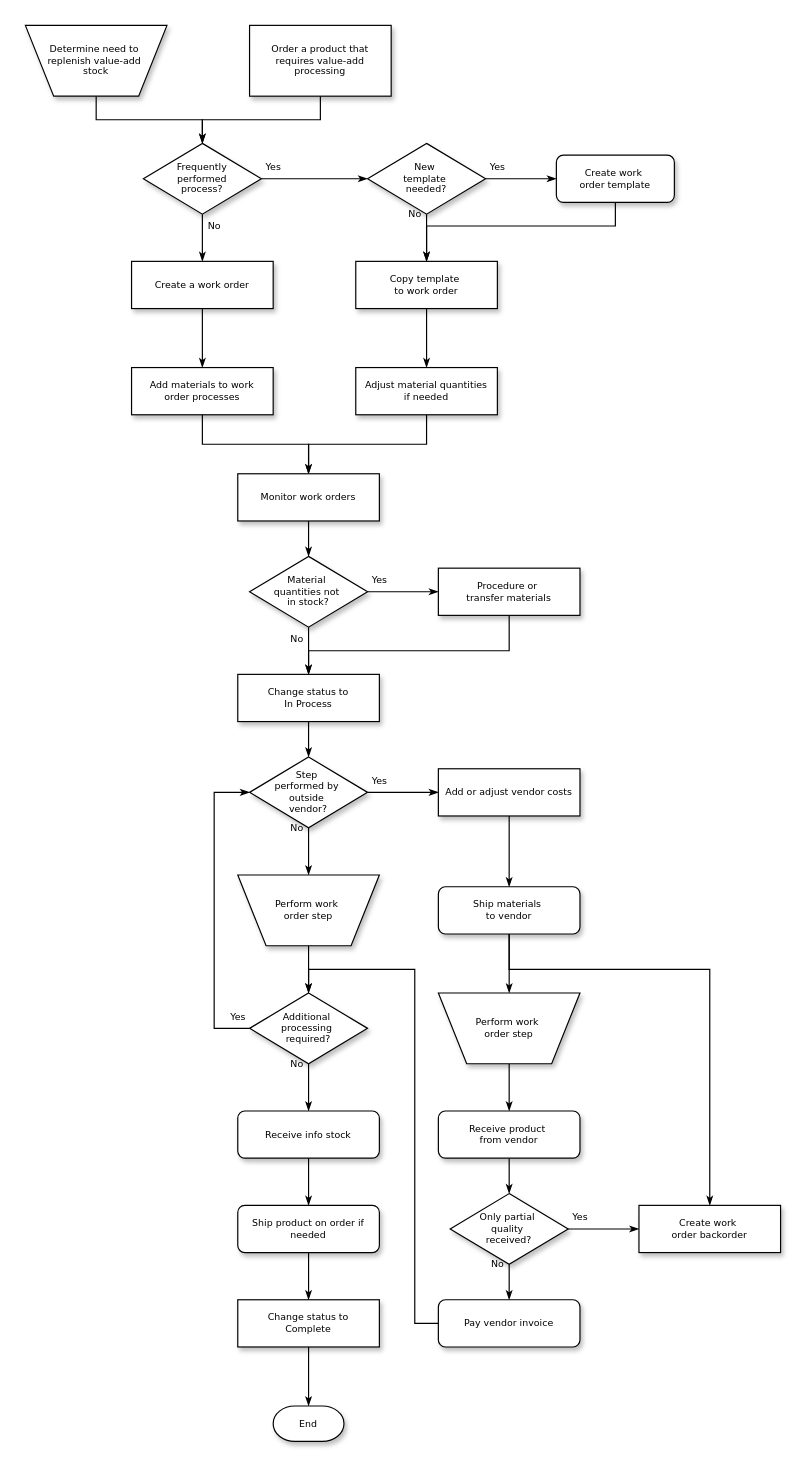
Before: Untitled Diagram.drawio in jory18/jory18.github.io, a draw.io diagram. Source tidied: cells renumbered, new cells numbered last; positions are measured from the earlier drawing's top-left corner, leaving out a move shared by most shapes. Both pictures are drawn from the tidied source at 118%, with x=0, y=0 at pixel (25, 25).
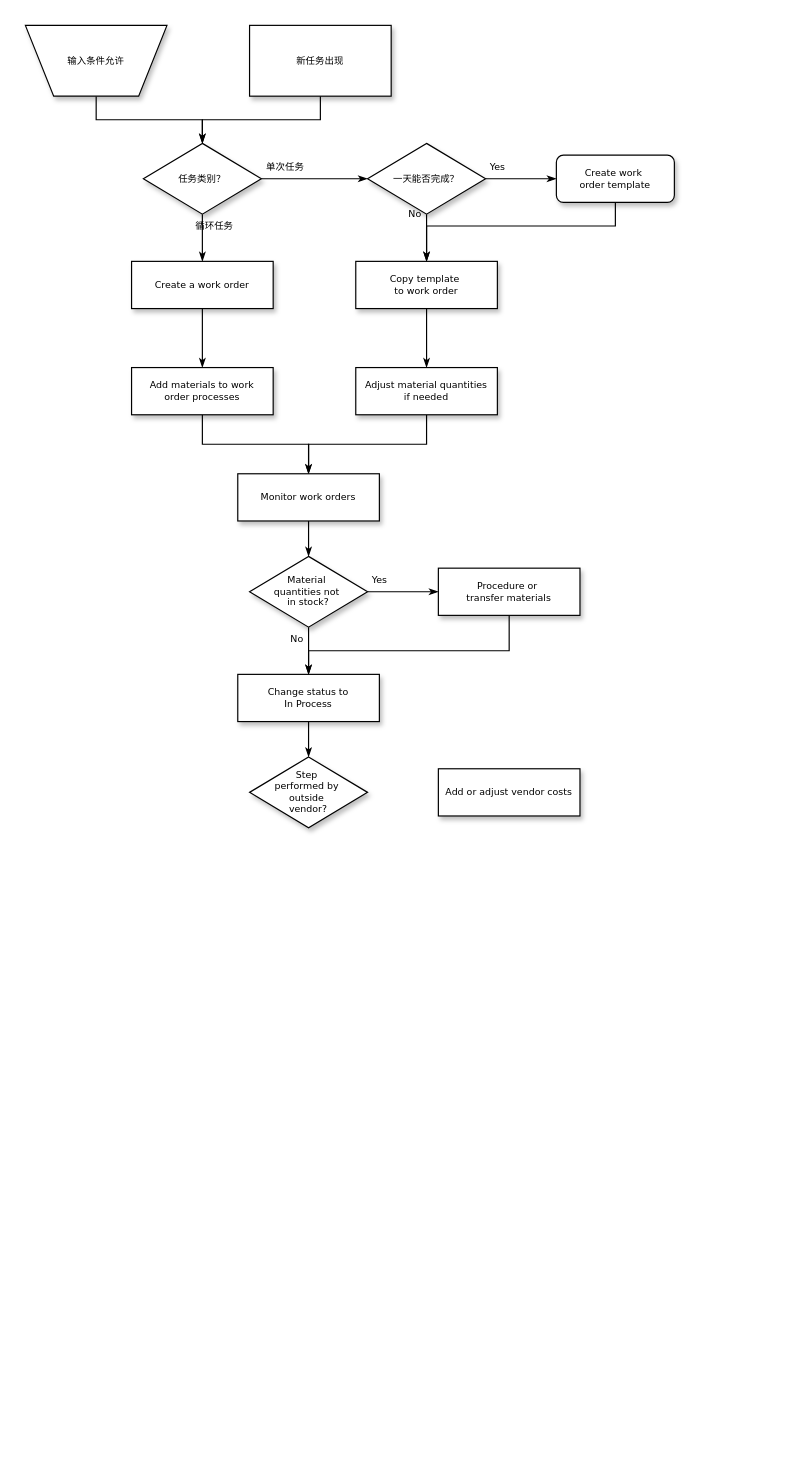
The same page after the edit.

The change refers to these unchanged cells:
```xml
<mxCell id="15" value="Create a work order" style="whiteSpace=wrap;html=1;rounded=0;shadow=1;labelBackgroundColor=none;strokeColor=#000000;strokeWidth=1;fillColor=#ffffff;fontFamily=Verdana;fontSize=8;fontColor=#000000;align=center;" parent="1" vertex="1">
  <mxGeometry x="90" y="200" width="120" height="40" as="geometry" />
</mxCell>
<mxCell id="33" value="Step&amp;nbsp;&lt;div&gt;performed by&amp;nbsp;&lt;/div&gt;&lt;div&gt;outside&amp;nbsp;&lt;/div&gt;&lt;div&gt;vendor?&lt;/div&gt;" style="rhombus;whiteSpace=wrap;html=1;rounded=0;shadow=1;labelBackgroundColor=none;strokeColor=#000000;strokeWidth=1;fillColor=#ffffff;fontFamily=Verdana;fontSize=8;fontColor=#000000;align=center;" parent="1" vertex="1">
  <mxGeometry x="190" y="620" width="100" height="60" as="geometry" />
</mxCell>
<mxCell id="35" value="Add or adjust vendor costs" style="whiteSpace=wrap;html=1;rounded=0;shadow=1;labelBackgroundColor=none;strokeColor=#000000;strokeWidth=1;fillColor=#ffffff;fontFamily=Verdana;fontSize=8;fontColor=#000000;align=center;" parent="1" vertex="1">
  <mxGeometry x="350" y="630" width="120" height="40" as="geometry" />
</mxCell>
```

The edit, as a diff of the source:
```diff
@@
-    <mxCell id="3" value="Determine need to&amp;nbsp;&lt;div&gt;replenish value-add&amp;nbsp;&lt;/div&gt;&lt;div&gt;stock&lt;/div&gt;" style="shape=trapezoid;whiteSpace=wrap;html=1;rounded=0;shadow=1;labelBackgroundColor=none;strokeColor=#000000;strokeWidth=1;fillColor=#ffffff;fontFamily=Verdana;fontSize=8;fontColor=#000000;align=center;flipV=1;" parent="1" vertex="1">
+    <mxCell id="3" value="输入条件允许" style="shape=trapezoid;whiteSpace=wrap;html=1;rounded=0;shadow=1;labelBackgroundColor=none;strokeColor=#000000;strokeWidth=1;fillColor=#ffffff;fontFamily=Verdana;fontSize=8;fontColor=#000000;align=center;flipV=1;" parent="1" vertex="1">
       <mxGeometry width="120" height="60" as="geometry" />
     </mxCell>
@@
-    <mxCell id="5" value="Order a product that&lt;div&gt;requires value-add processing&lt;/div&gt;" style="rounded=0;whiteSpace=wrap;html=1;shadow=1;labelBackgroundColor=none;strokeColor=#000000;strokeWidth=1;fillColor=#ffffff;fontFamily=Verdana;fontSize=8;fontColor=#000000;align=center;" parent="1" vertex="1">
+    <mxCell id="5" value="新任务出现" style="rounded=0;whiteSpace=wrap;html=1;shadow=1;labelBackgroundColor=none;strokeColor=#000000;strokeWidth=1;fillColor=#ffffff;fontFamily=Verdana;fontSize=8;fontColor=#000000;align=center;" parent="1" vertex="1">
       <mxGeometry x="190" width="120" height="60" as="geometry" />
     </mxCell>
-    <mxCell id="6" value="Yes" style="edgeStyle=orthogonalEdgeStyle;rounded=0;html=1;labelBackgroundColor=none;startSize=5;endArrow=classicThin;endFill=1;endSize=5;jettySize=auto;strokeColor=#000000;strokeWidth=1;fontFamily=Verdana;fontSize=8;fontColor=#000000;" parent="1" edge="1" source="8" target="11">
-      <mxGeometry x="-0.78" y="10" relative="1" as="geometry" />
+    <mxCell id="6" value="单次任务" style="edgeStyle=orthogonalEdgeStyle;rounded=0;html=1;labelBackgroundColor=none;startSize=5;endArrow=classicThin;endFill=1;endSize=5;jettySize=auto;strokeColor=#000000;strokeWidth=1;fontFamily=Verdana;fontSize=8;fontColor=#000000;" parent="1" edge="1" source="8" target="11">
+      <mxGeometry x="-0.56" y="10" relative="1" as="geometry" />
     </mxCell>
-    <mxCell id="7" value="No" style="edgeStyle=orthogonalEdgeStyle;rounded=0;html=1;labelBackgroundColor=none;startSize=5;endArrow=classicThin;endFill=1;endSize=5;jettySize=auto;strokeColor=#000000;strokeWidth=1;fontFamily=Verdana;fontSize=8;fontColor=#000000;" parent="1" edge="1" source="8" target="15">
+    <mxCell id="7" value="循环任务" style="edgeStyle=orthogonalEdgeStyle;rounded=0;html=1;labelBackgroundColor=none;startSize=5;endArrow=classicThin;endFill=1;endSize=5;jettySize=auto;strokeColor=#000000;strokeWidth=1;fontFamily=Verdana;fontSize=8;fontColor=#000000;" parent="1" edge="1" source="8" target="15">
       <mxGeometry x="-0.5" y="10" relative="1" as="geometry" />
     </mxCell>
-    <mxCell id="8" value="Frequently&lt;div&gt;performed&lt;/div&gt;&lt;div&gt;process?&lt;/div&gt;" style="rhombus;whiteSpace=wrap;html=1;rounded=0;shadow=1;labelBackgroundColor=none;strokeColor=#000000;strokeWidth=1;fillColor=#ffffff;fontFamily=Verdana;fontSize=8;fontColor=#000000;align=center;" parent="1" vertex="1">
+    <mxCell id="8" value="任务类别？" style="rhombus;whiteSpace=wrap;html=1;rounded=0;shadow=1;labelBackgroundColor=none;strokeColor=#000000;strokeWidth=1;fillColor=#ffffff;fontFamily=Verdana;fontSize=8;fontColor=#000000;align=center;" parent="1" vertex="1">
       <mxGeometry x="100" y="100" width="100" height="60" as="geometry" />
     </mxCell>
@@
-    <mxCell id="11" value="New&amp;nbsp;&lt;div&gt;template&amp;nbsp;&lt;/div&gt;&lt;div&gt;needed?&lt;/div&gt;" style="rhombus;whiteSpace=wrap;html=1;rounded=0;shadow=1;labelBackgroundColor=none;strokeColor=#000000;strokeWidth=1;fillColor=#ffffff;fontFamily=Verdana;fontSize=8;fontColor=#000000;align=center;" parent="1" vertex="1">
+    <mxCell id="11" value="一天能否完成？" style="rhombus;whiteSpace=wrap;html=1;rounded=0;shadow=1;labelBackgroundColor=none;strokeColor=#000000;strokeWidth=1;fillColor=#ffffff;fontFamily=Verdana;fontSize=8;fontColor=#000000;align=center;" parent="1" vertex="1">
       <mxGeometry x="290" y="100" width="100" height="60" as="geometry" />
     </mxCell>
@@
-    <mxCell id="31" value="Yes" style="edgeStyle=orthogonalEdgeStyle;rounded=0;html=1;labelBackgroundColor=none;startSize=5;endArrow=classicThin;endFill=1;endSize=5;jettySize=auto;strokeColor=#000000;strokeWidth=1;fontFamily=Verdana;fontSize=8;fontColor=#000000;" parent="1" edge="1" source="33" target="35">
-      <mxGeometry x="-0.67" y="10" relative="1" as="geometry" />
-    </mxCell>
-    <mxCell id="32" value="No" style="edgeStyle=orthogonalEdgeStyle;rounded=0;html=1;labelBackgroundColor=none;startSize=5;endArrow=classicThin;endFill=1;endSize=5;jettySize=auto;strokeColor=#000000;strokeWidth=1;fontFamily=Verdana;fontSize=8;fontColor=#000000;" parent="1" edge="1" source="33" target="37">
-      <mxGeometry x="-1" y="-10" relative="1" as="geometry" />
-    </mxCell>
@@
-    <mxCell id="34" style="edgeStyle=orthogonalEdgeStyle;rounded=0;html=1;labelBackgroundColor=none;startSize=5;endArrow=classicThin;endFill=1;endSize=5;jettySize=auto;strokeColor=#000000;strokeWidth=1;fontFamily=Verdana;fontSize=8;fontColor=#000000;" parent="1" edge="1" source="35" target="40">
-      <mxGeometry relative="1" as="geometry" />
-    </mxCell>
@@
-    <mxCell id="36" style="edgeStyle=orthogonalEdgeStyle;rounded=0;html=1;labelBackgroundColor=none;startSize=5;endArrow=classicThin;endFill=1;endSize=5;jettySize=auto;strokeColor=#000000;strokeWidth=1;fontFamily=Verdana;fontSize=8;fontColor=#000000;" parent="1" edge="1" source="37" target="43">
-      <mxGeometry relative="1" as="geometry" />
-    </mxCell>
-    <mxCell id="37" value="Perform work&amp;nbsp;&lt;div&gt;order step&lt;/div&gt;" style="shape=trapezoid;whiteSpace=wrap;html=1;rounded=0;shadow=1;labelBackgroundColor=none;strokeColor=#000000;strokeWidth=1;fillColor=#ffffff;fontFamily=Verdana;fontSize=8;fontColor=#000000;align=center;flipV=1;" parent="1" vertex="1">
-      <mxGeometry x="180" y="720" width="120" height="60" as="geometry" />
-    </mxCell>
-    <mxCell id="38" style="edgeStyle=orthogonalEdgeStyle;rounded=0;html=1;labelBackgroundColor=none;startSize=5;endArrow=classicThin;endFill=1;endSize=5;jettySize=auto;strokeColor=#000000;strokeWidth=1;fontFamily=Verdana;fontSize=8;fontColor=#000000;" parent="1" edge="1" source="40" target="45">
-      <mxGeometry relative="1" as="geometry" />
-    </mxCell>
-    <mxCell id="39" style="edgeStyle=orthogonalEdgeStyle;rounded=0;html=1;labelBackgroundColor=none;startSize=5;endArrow=classicThin;endFill=1;endSize=5;jettySize=auto;strokeColor=#000000;strokeWidth=1;fontFamily=Verdana;fontSize=8;fontColor=#000000;" parent="1" edge="1" source="40" target="55">
-      <mxGeometry relative="1" as="geometry">
-        <Array as="points">
-          <mxPoint x="410" y="800" />
-          <mxPoint x="580" y="800" />
-        </Array>
-      </mxGeometry>
-    </mxCell>
-    <mxCell id="40" value="Ship materials&amp;nbsp;&lt;div&gt;to vendor&lt;/div&gt;" style="rounded=1;whiteSpace=wrap;html=1;shadow=1;labelBackgroundColor=none;strokeColor=#000000;strokeWidth=1;fillColor=#ffffff;fontFamily=Verdana;fontSize=8;fontColor=#000000;align=center;" parent="1" vertex="1">
-      <mxGeometry x="350" y="730" width="120" height="40" as="geometry" />
-    </mxCell>
-    <mxCell id="41" value="Yes" style="edgeStyle=orthogonalEdgeStyle;rounded=0;html=1;labelBackgroundColor=none;startSize=5;endArrow=classicThin;endFill=1;endSize=5;jettySize=auto;strokeColor=#000000;strokeWidth=1;fontFamily=Verdana;fontSize=8;fontColor=#000000;" parent="1" edge="1" source="43" target="33">
-      <mxGeometry x="-0.69" y="-20" relative="1" as="geometry">
-        <Array as="points">
-          <mxPoint x="160" y="850" />
-          <mxPoint x="160" y="650" />
-        </Array>
-      </mxGeometry>
-    </mxCell>
-    <mxCell id="42" value="No" style="edgeStyle=orthogonalEdgeStyle;rounded=0;html=1;labelBackgroundColor=none;startSize=5;endArrow=classicThin;endFill=1;endSize=5;jettySize=auto;strokeColor=#000000;strokeWidth=1;fontFamily=Verdana;fontSize=8;fontColor=#000000;" parent="1" edge="1" source="43" target="47">
-      <mxGeometry x="-1" y="-10" relative="1" as="geometry" />
-    </mxCell>
-    <mxCell id="43" value="Additional&amp;nbsp;&lt;div&gt;processing&amp;nbsp;&lt;/div&gt;&lt;div&gt;required?&lt;/div&gt;" style="rhombus;whiteSpace=wrap;html=1;rounded=0;shadow=1;labelBackgroundColor=none;strokeColor=#000000;strokeWidth=1;fillColor=#ffffff;fontFamily=Verdana;fontSize=8;fontColor=#000000;align=center;" parent="1" vertex="1">
-      <mxGeometry x="190" y="820" width="100" height="60" as="geometry" />
-    </mxCell>
-    <mxCell id="44" style="edgeStyle=orthogonalEdgeStyle;rounded=0;html=1;labelBackgroundColor=none;startSize=5;endArrow=classicThin;endFill=1;endSize=5;jettySize=auto;strokeColor=#000000;strokeWidth=1;fontFamily=Verdana;fontSize=8;fontColor=#000000;" parent="1" edge="1" source="45" target="49">
-      <mxGeometry relative="1" as="geometry" />
-    </mxCell>
-    <mxCell id="45" value="Perform work&amp;nbsp;&lt;div&gt;order step&lt;/div&gt;" style="shape=trapezoid;whiteSpace=wrap;html=1;rounded=0;shadow=1;labelBackgroundColor=none;strokeColor=#000000;strokeWidth=1;fillColor=#ffffff;fontFamily=Verdana;fontSize=8;fontColor=#000000;align=center;flipV=1;" parent="1" vertex="1">
-      <mxGeometry x="350" y="820" width="120" height="60" as="geometry" />
-    </mxCell>
-    <mxCell id="46" style="edgeStyle=orthogonalEdgeStyle;rounded=0;html=1;labelBackgroundColor=none;startSize=5;endArrow=classicThin;endFill=1;endSize=5;jettySize=auto;strokeColor=#000000;strokeWidth=1;fontFamily=Verdana;fontSize=8;fontColor=#000000;" parent="1" edge="1" source="47" target="51">
-      <mxGeometry relative="1" as="geometry" />
-    </mxCell>
-    <mxCell id="47" value="Receive info stock" style="rounded=1;whiteSpace=wrap;html=1;shadow=1;labelBackgroundColor=none;strokeColor=#000000;strokeWidth=1;fillColor=#ffffff;fontFamily=Verdana;fontSize=8;fontColor=#000000;align=center;" parent="1" vertex="1">
-      <mxGeometry x="180" y="920" width="120" height="40" as="geometry" />
-    </mxCell>
-    <mxCell id="48" style="edgeStyle=orthogonalEdgeStyle;rounded=0;html=1;labelBackgroundColor=none;startSize=5;endArrow=classicThin;endFill=1;endSize=5;jettySize=auto;strokeColor=#000000;strokeWidth=1;fontFamily=Verdana;fontSize=8;fontColor=#000000;" parent="1" edge="1" source="49" target="54">
-      <mxGeometry relative="1" as="geometry" />
-    </mxCell>
-    <mxCell id="49" value="Receive product&amp;nbsp;&lt;div&gt;from vendor&lt;/div&gt;" style="rounded=1;whiteSpace=wrap;html=1;shadow=1;labelBackgroundColor=none;strokeColor=#000000;strokeWidth=1;fillColor=#ffffff;fontFamily=Verdana;fontSize=8;fontColor=#000000;align=center;" parent="1" vertex="1">
-      <mxGeometry x="350" y="920" width="120" height="40" as="geometry" />
-    </mxCell>
-    <mxCell id="50" style="edgeStyle=orthogonalEdgeStyle;rounded=0;html=1;labelBackgroundColor=none;startSize=5;endArrow=classicThin;endFill=1;endSize=5;jettySize=auto;strokeColor=#000000;strokeWidth=1;fontFamily=Verdana;fontSize=8;fontColor=#000000;" parent="1" edge="1" source="51" target="57">
-      <mxGeometry relative="1" as="geometry" />
-    </mxCell>
-    <mxCell id="51" value="Ship product on order if needed" style="rounded=1;whiteSpace=wrap;html=1;shadow=1;labelBackgroundColor=none;strokeColor=#000000;strokeWidth=1;fillColor=#ffffff;fontFamily=Verdana;fontSize=8;fontColor=#000000;align=center;" parent="1" vertex="1">
-      <mxGeometry x="180" y="1000" width="120" height="40" as="geometry" />
-    </mxCell>
-    <mxCell id="52" value="No" style="edgeStyle=orthogonalEdgeStyle;rounded=0;html=1;labelBackgroundColor=none;startSize=5;endArrow=classicThin;endFill=1;endSize=5;jettySize=auto;strokeColor=#000000;strokeWidth=1;fontFamily=Verdana;fontSize=8;fontColor=#000000;" parent="1" edge="1" source="54" target="59">
-      <mxGeometry x="0.2" y="14" relative="1" as="geometry">
-        <mxPoint x="-24" y="-10" as="offset" />
-      </mxGeometry>
-    </mxCell>
-    <mxCell id="53" value="Yes" style="edgeStyle=orthogonalEdgeStyle;rounded=0;html=1;labelBackgroundColor=none;startSize=5;endArrow=classicThin;endFill=1;endSize=5;jettySize=auto;strokeColor=#000000;strokeWidth=1;fontFamily=Verdana;fontSize=8;fontColor=#000000;" parent="1" edge="1" source="54" target="55">
-      <mxGeometry x="-0.67" y="10" relative="1" as="geometry" />
-    </mxCell>
-    <mxCell id="54" value="Only partial&amp;nbsp;&lt;div&gt;quality&amp;nbsp;&lt;/div&gt;&lt;div&gt;received?&lt;/div&gt;" style="rhombus;whiteSpace=wrap;html=1;rounded=0;shadow=1;labelBackgroundColor=none;strokeColor=#000000;strokeWidth=1;fillColor=#ffffff;fontFamily=Verdana;fontSize=8;fontColor=#000000;align=center;" parent="1" vertex="1">
-      <mxGeometry x="360" y="990" width="100" height="60" as="geometry" />
-    </mxCell>
-    <mxCell id="55" value="Create work&amp;nbsp;&lt;div&gt;order backorder&lt;/div&gt;" style="whiteSpace=wrap;html=1;rounded=0;shadow=1;labelBackgroundColor=none;strokeColor=#000000;strokeWidth=1;fillColor=#ffffff;fontFamily=Verdana;fontSize=8;fontColor=#000000;align=center;" parent="1" vertex="1">
-      <mxGeometry x="520" y="1000" width="120" height="40" as="geometry" />
-    </mxCell>
-    <mxCell id="56" style="edgeStyle=orthogonalEdgeStyle;rounded=0;html=1;labelBackgroundColor=none;startSize=5;endArrow=classicThin;endFill=1;endSize=5;jettySize=auto;strokeColor=#000000;strokeWidth=1;fontFamily=Verdana;fontSize=8;fontColor=#000000;" parent="1" edge="1" source="57" target="60">
-      <mxGeometry relative="1" as="geometry" />
-    </mxCell>
-    <mxCell id="57" value="Change status to&lt;div&gt;Complete&lt;/div&gt;" style="whiteSpace=wrap;html=1;rounded=0;shadow=1;labelBackgroundColor=none;strokeColor=#000000;strokeWidth=1;fillColor=#ffffff;fontFamily=Verdana;fontSize=8;fontColor=#000000;align=center;" parent="1" vertex="1">
-      <mxGeometry x="180" y="1080" width="120" height="40" as="geometry" />
-    </mxCell>
-    <mxCell id="58" style="edgeStyle=orthogonalEdgeStyle;rounded=0;html=1;labelBackgroundColor=none;startSize=5;endArrow=classicThin;endFill=1;endSize=5;jettySize=auto;strokeColor=#000000;strokeWidth=1;fontFamily=Verdana;fontSize=8;fontColor=#000000;" parent="1" edge="1" source="59" target="43">
-      <mxGeometry relative="1" as="geometry">
-        <Array as="points">
-          <mxPoint x="330" y="1100" />
-          <mxPoint x="330" y="800" />
-          <mxPoint x="240" y="800" />
-        </Array>
-      </mxGeometry>
-    </mxCell>
-    <mxCell id="59" value="Pay vendor invoice" style="rounded=1;whiteSpace=wrap;html=1;shadow=1;labelBackgroundColor=none;strokeColor=#000000;strokeWidth=1;fillColor=#ffffff;fontFamily=Verdana;fontSize=8;fontColor=#000000;align=center;" parent="1" vertex="1">
-      <mxGeometry x="350" y="1080" width="120" height="40" as="geometry" />
-    </mxCell>
-    <mxCell id="60" value="End" style="strokeWidth=1;html=1;shape=mxgraph.flowchart.terminator;whiteSpace=wrap;rounded=0;shadow=1;labelBackgroundColor=none;fillColor=#ffffff;fontFamily=Verdana;fontSize=8;fontColor=#000000;align=center;" parent="1" vertex="1">
-      <mxGeometry x="210" y="1170" width="60" height="30" as="geometry" />
-    </mxCell>
```
